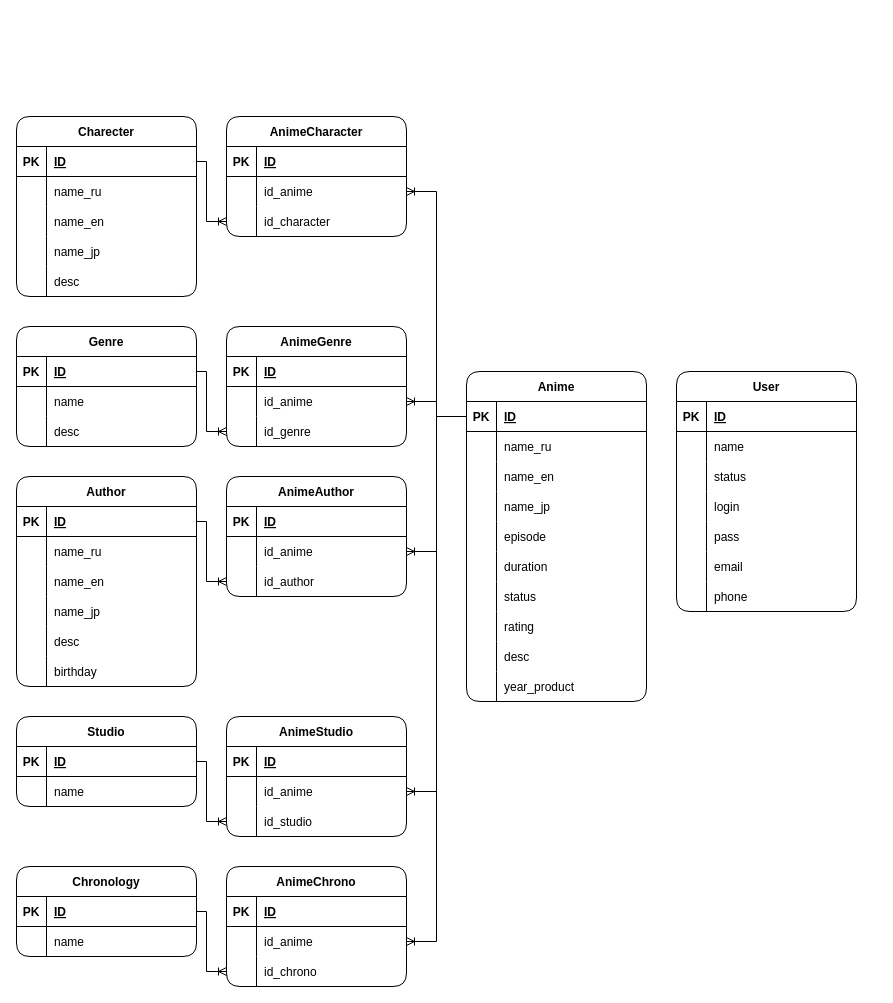
Earlier version of the draw.io diagram AniTrack.drawio (kk313/AniTrack). Source tidied: cells renumbered, new cells numbered last; positions are measured from the earlier drawing's top-left corner, leaving out a move shared by most shapes. Both pictures are drawn from the tidied source at 100%, with x=0, y=0 at pixel (16, 116).
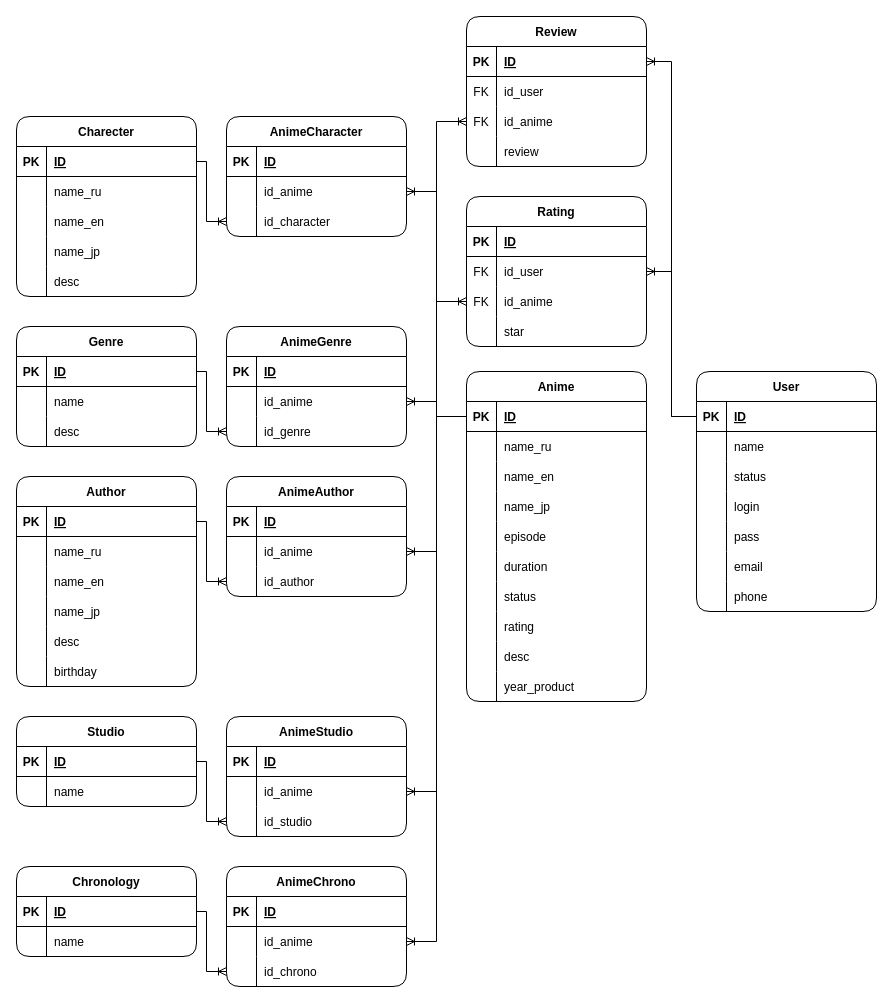
Above is the later version.

The change refers to these unchanged cells:
```xml
<mxCell id="4" style="shape=tableRow;horizontal=0;startSize=0;swimlaneHead=0;swimlaneBody=0;fillColor=none;points=[[0,0.5],[1,0.5]];portConstraint=eastwest;top=0;left=0;right=0;bottom=1;" parent="3" vertex="1">
  <mxGeometry y="30" width="180" height="30" as="geometry" />
</mxCell>
<mxCell id="42" style="shape=tableRow;horizontal=0;startSize=0;swimlaneHead=0;swimlaneBody=0;fillColor=none;points=[[0,0.5],[1,0.5]];portConstraint=eastwest;top=0;left=0;right=0;bottom=1;" parent="41" vertex="1">
  <mxGeometry y="30" width="180" height="30" as="geometry" />
</mxCell>
```

What changed in the source:
```diff
@@
     <mxCell id="41" value="User" style="shape=table;startSize=30;childLayout=tableLayout;rowLines=0;fontStyle=1;align=center;rounded=1;" parent="1" vertex="1">
-      <mxGeometry x="660" y="255" width="180" height="240" as="geometry" />
+      <mxGeometry x="680" y="255" width="180" height="240" as="geometry" />
     </mxCell>
@@
+    <mxCell id="175" value="Review" style="shape=table;startSize=30;childLayout=tableLayout;rowLines=0;fontStyle=1;align=center;rounded=1;" parent="1" vertex="1">
+      <mxGeometry x="450" y="-100" width="180" height="150" as="geometry" />
+    </mxCell>
+    <mxCell id="176" style="shape=tableRow;horizontal=0;startSize=0;swimlaneHead=0;swimlaneBody=0;fillColor=none;points=[[0,0.5],[1,0.5]];portConstraint=eastwest;top=0;left=0;right=0;bottom=1;" parent="175" vertex="1">
+      <mxGeometry y="30" width="180" height="30" as="geometry" />
+    </mxCell>
+    <mxCell id="177" value="PK" style="shape=partialRectangle;fillColor=none;top=0;left=0;bottom=0;right=0;fontStyle=1;overflow=hidden;" parent="176" vertex="1">
+      <mxGeometry width="30" height="30" as="geometry" />
+    </mxCell>
+    <mxCell id="178" value="ID" style="shape=partialRectangle;fillColor=none;top=0;left=0;bottom=0;right=0;align=left;spacingLeft=6;fontStyle=5;overflow=hidden;" parent="176" vertex="1">
+      <mxGeometry x="30" width="150" height="30" as="geometry" />
+    </mxCell>
+    <mxCell id="179" style="shape=tableRow;horizontal=0;startSize=0;swimlaneHead=0;swimlaneBody=0;fillColor=none;top=0;left=0;right=0;bottom=0;" parent="175" vertex="1">
+      <mxGeometry y="60" width="180" height="30" as="geometry" />
+    </mxCell>
+    <mxCell id="180" value="FK" style="shape=partialRectangle;fillColor=none;top=0;left=0;bottom=0;right=0;overflow=hidden;" parent="179" vertex="1">
+      <mxGeometry width="30" height="30" as="geometry" />
+    </mxCell>
+    <mxCell id="181" value="id_user" style="shape=partialRectangle;fillColor=none;top=0;left=0;bottom=0;right=0;align=left;spacingLeft=6;overflow=hidden;" parent="179" vertex="1">
+      <mxGeometry x="30" width="150" height="30" as="geometry" />
+    </mxCell>
+    <mxCell id="182" style="shape=tableRow;horizontal=0;startSize=0;swimlaneHead=0;swimlaneBody=0;fillColor=none;points=[[0,0.5],[1,0.5]];portConstraint=eastwest;top=0;left=0;right=0;bottom=0;" parent="175" vertex="1">
+      <mxGeometry y="90" width="180" height="30" as="geometry" />
+    </mxCell>
+    <mxCell id="183" value="FK" style="shape=partialRectangle;fillColor=none;top=0;left=0;bottom=0;right=0;overflow=hidden;" parent="182" vertex="1">
+      <mxGeometry width="30" height="30" as="geometry" />
+    </mxCell>
+    <mxCell id="184" value="id_anime" style="shape=partialRectangle;fillColor=none;top=0;left=0;bottom=0;right=0;align=left;spacingLeft=6;overflow=hidden;" parent="182" vertex="1">
+      <mxGeometry x="30" width="150" height="30" as="geometry" />
+    </mxCell>
+    <mxCell id="185" style="shape=tableRow;horizontal=0;startSize=0;swimlaneHead=0;swimlaneBody=0;fillColor=none;top=0;left=0;right=0;bottom=0;" parent="175" vertex="1">
+      <mxGeometry y="120" width="180" height="30" as="geometry" />
+    </mxCell>
+    <mxCell id="186" style="shape=partialRectangle;fillColor=none;top=0;left=0;bottom=0;right=0;overflow=hidden;" parent="185" vertex="1">
+      <mxGeometry width="30" height="30" as="geometry" />
+    </mxCell>
+    <mxCell id="187" value="review" style="shape=partialRectangle;fillColor=none;top=0;left=0;bottom=0;right=0;align=left;spacingLeft=6;overflow=hidden;" parent="185" vertex="1">
+      <mxGeometry x="30" width="150" height="30" as="geometry" />
+    </mxCell>
+    <mxCell id="188" value="Rating" style="shape=table;startSize=30;childLayout=tableLayout;rowLines=0;fontStyle=1;align=center;rounded=1;" parent="1" vertex="1">
+      <mxGeometry x="450" y="80" width="180" height="150" as="geometry" />
+    </mxCell>
+    <mxCell id="189" style="shape=tableRow;horizontal=0;startSize=0;swimlaneHead=0;swimlaneBody=0;fillColor=none;top=0;left=0;right=0;bottom=1;" parent="188" vertex="1">
+      <mxGeometry y="30" width="180" height="30" as="geometry" />
+    </mxCell>
+    <mxCell id="190" value="PK" style="shape=partialRectangle;fillColor=none;top=0;left=0;bottom=0;right=0;fontStyle=1;overflow=hidden;" parent="189" vertex="1">
+      <mxGeometry width="30" height="30" as="geometry" />
+    </mxCell>
+    <mxCell id="191" value="ID" style="shape=partialRectangle;fillColor=none;top=0;left=0;bottom=0;right=0;align=left;spacingLeft=6;fontStyle=5;overflow=hidden;" parent="189" vertex="1">
+      <mxGeometry x="30" width="150" height="30" as="geometry" />
+    </mxCell>
+    <mxCell id="192" style="shape=tableRow;horizontal=0;startSize=0;swimlaneHead=0;swimlaneBody=0;fillColor=none;points=[[0,0.5],[1,0.5]];portConstraint=eastwest;top=0;left=0;right=0;bottom=0;" parent="188" vertex="1">
+      <mxGeometry y="60" width="180" height="30" as="geometry" />
+    </mxCell>
+    <mxCell id="193" value="FK" style="shape=partialRectangle;fillColor=none;top=0;left=0;bottom=0;right=0;overflow=hidden;" parent="192" vertex="1">
+      <mxGeometry width="30" height="30" as="geometry" />
+    </mxCell>
+    <mxCell id="194" value="id_user" style="shape=partialRectangle;fillColor=none;top=0;left=0;bottom=0;right=0;align=left;spacingLeft=6;overflow=hidden;" parent="192" vertex="1">
+      <mxGeometry x="30" width="150" height="30" as="geometry" />
+    </mxCell>
+    <mxCell id="195" style="shape=tableRow;horizontal=0;startSize=0;swimlaneHead=0;swimlaneBody=0;fillColor=none;points=[[0,0.5],[1,0.5]];portConstraint=eastwest;top=0;left=0;right=0;bottom=0;" parent="188" vertex="1">
+      <mxGeometry y="90" width="180" height="30" as="geometry" />
+    </mxCell>
+    <mxCell id="196" value="FK" style="shape=partialRectangle;fillColor=none;top=0;left=0;bottom=0;right=0;overflow=hidden;" parent="195" vertex="1">
+      <mxGeometry width="30" height="30" as="geometry" />
+    </mxCell>
+    <mxCell id="197" value="id_anime" style="shape=partialRectangle;fillColor=none;top=0;left=0;bottom=0;right=0;align=left;spacingLeft=6;overflow=hidden;" parent="195" vertex="1">
+      <mxGeometry x="30" width="150" height="30" as="geometry" />
+    </mxCell>
+    <mxCell id="198" style="shape=tableRow;horizontal=0;startSize=0;swimlaneHead=0;swimlaneBody=0;fillColor=none;top=0;left=0;right=0;bottom=0;" parent="188" vertex="1">
+      <mxGeometry y="120" width="180" height="30" as="geometry" />
+    </mxCell>
+    <mxCell id="199" style="shape=partialRectangle;fillColor=none;top=0;left=0;bottom=0;right=0;overflow=hidden;" parent="198" vertex="1">
+      <mxGeometry width="30" height="30" as="geometry" />
+    </mxCell>
+    <mxCell id="200" value="star" style="shape=partialRectangle;fillColor=none;top=0;left=0;bottom=0;right=0;align=left;spacingLeft=6;overflow=hidden;" parent="198" vertex="1">
+      <mxGeometry x="30" width="150" height="30" as="geometry" />
+    </mxCell>
+    <mxCell id="201" style="edgeStyle=orthogonalEdgeStyle;rounded=0;jettySize=auto;html=1;exitX=0;exitY=0.5;exitDx=0;exitDy=0;endArrow=ERoneToMany;endFill=0;entryX=0;entryY=0.5;entryDx=0;entryDy=0;" parent="1" edge="1" source="4" target="182">
+      <mxGeometry relative="1" as="geometry">
+        <Array as="points">
+          <mxPoint x="420" y="300" />
+          <mxPoint x="420" y="5" />
+        </Array>
+      </mxGeometry>
+    </mxCell>
+    <mxCell id="202" style="edgeStyle=orthogonalEdgeStyle;rounded=0;jettySize=auto;html=1;exitX=0;exitY=0.5;exitDx=0;exitDy=0;entryX=0;entryY=0.5;entryDx=0;entryDy=0;endArrow=ERoneToMany;endFill=0;" parent="1" edge="1" source="4" target="195">
+      <mxGeometry relative="1" as="geometry">
+        <Array as="points">
+          <mxPoint x="420" y="300" />
+          <mxPoint x="420" y="185" />
+        </Array>
+      </mxGeometry>
+    </mxCell>
+    <mxCell id="203" style="edgeStyle=orthogonalEdgeStyle;rounded=0;jettySize=auto;html=1;exitX=0;exitY=0.5;exitDx=0;exitDy=0;entryX=1;entryY=0.5;entryDx=0;entryDy=0;endArrow=ERoneToMany;endFill=0;" parent="1" edge="1" source="42" target="192">
+      <mxGeometry relative="1" as="geometry" />
+    </mxCell>
+    <mxCell id="204" style="edgeStyle=orthogonalEdgeStyle;rounded=0;jettySize=auto;html=1;exitX=0;exitY=0.5;exitDx=0;exitDy=0;entryX=1;entryY=0.5;entryDx=0;entryDy=0;endArrow=ERoneToMany;endFill=0;" parent="1" edge="1" source="42" target="176">
+      <mxGeometry relative="1" as="geometry" />
+    </mxCell>
```
